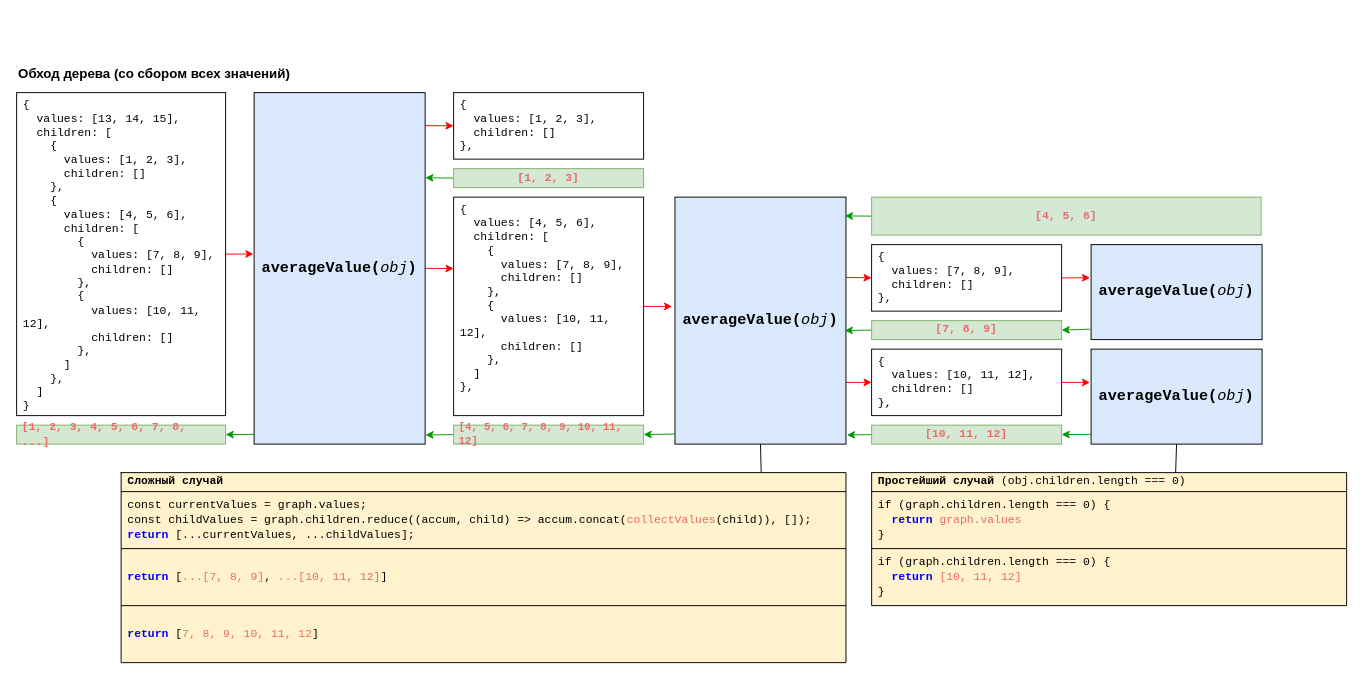
Earlier version of the draw.io diagram recursion/7tree-average/graph.drawio (hisbvdis/js). Source tidied: cells renumbered, new cells numbered last; positions are measured from the earlier drawing's top-left corner, leaving out a move shared by most shapes. Both pictures are drawn from the tidied source at 95%, with x=0, y=0 at pixel (16, 64).
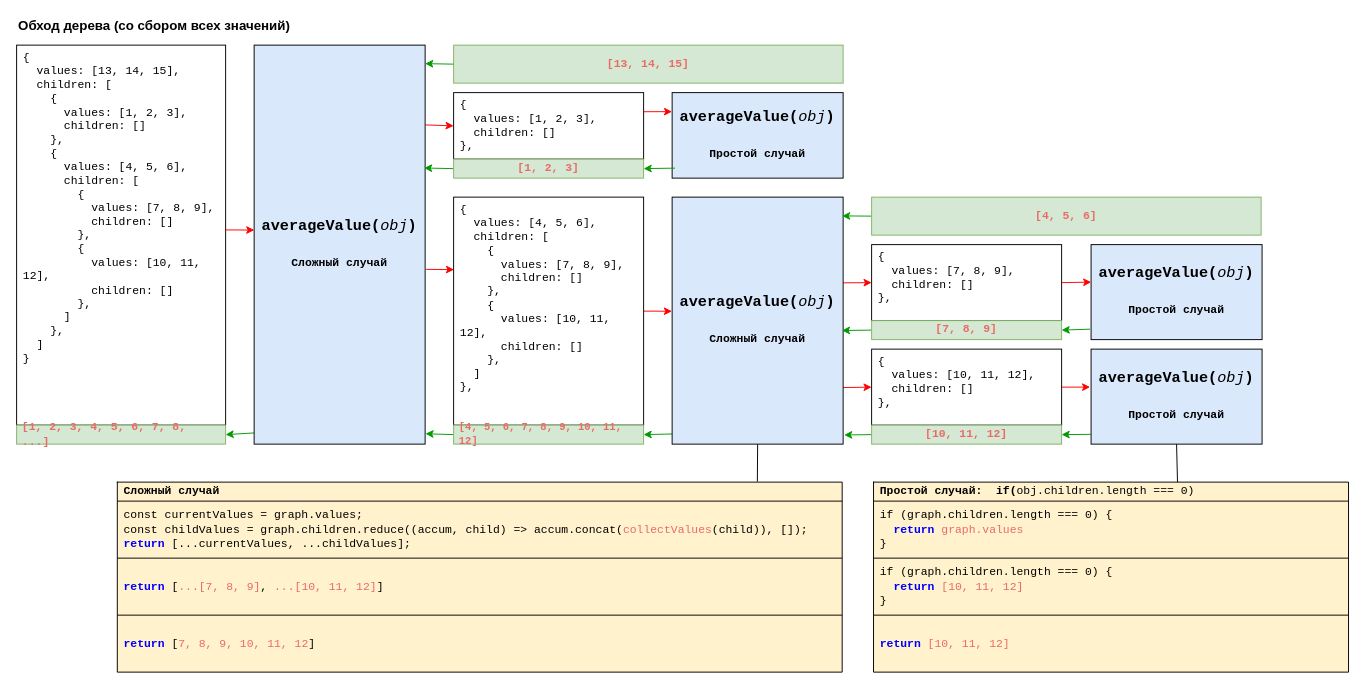
The same diagram, later.

Unchanged cells that the change refers to:
```xml
<mxCell id="5" value="&lt;div&gt;{&lt;/div&gt;&lt;div&gt;&amp;nbsp; values: [1, 2, 3],&lt;/div&gt;&lt;div&gt;&amp;nbsp; children: []&lt;/div&gt;&lt;div&gt;},&lt;/div&gt;" style="rounded=0;whiteSpace=wrap;html=1;shadow=0;fontFamily=Consolas;align=left;spacingLeft=5;spacingRight=5;verticalAlign=top;" parent="1" vertex="1">
  <mxGeometry x="460" y="30" width="200" height="70" as="geometry" />
</mxCell>
<mxCell id="36" style="shape=tableRow;horizontal=0;startSize=0;swimlaneHead=0;swimlaneBody=0;top=0;left=0;bottom=0;right=0;fillColor=none;points=[[0,0.5],[1,0.5]];portConstraint=eastwest;fontColor=#EA6B66;" parent="35" vertex="1">
  <mxGeometry width="500" height="20" as="geometry" />
</mxCell>
```

The edit, as a diff of the source:
```diff
@@
     <mxCell id="2" value="Обход дерева (со сбором всех значений)" style="text;html=1;align=left;verticalAlign=middle;strokeColor=none;fillColor=none;fontStyle=1;fontSize=14;" parent="1" vertex="1">
-      <mxGeometry width="300" height="20" as="geometry" />
+      <mxGeometry y="-50" width="300" height="20" as="geometry" />
     </mxCell>
-    <mxCell id="3" style="edgeStyle=none;rounded=0;jettySize=auto;html=1;exitX=1;exitY=0.5;exitDx=0;exitDy=0;entryX=-0.004;entryY=0.459;entryDx=0;entryDy=0;entryPerimeter=0;fontFamily=Consolas;fontColor=#000000;strokeColor=#FF0000;" parent="1" edge="1" source="4" target="9">
-      <mxGeometry relative="1" as="geometry" />
-    </mxCell>
     <mxCell id="4" value="&lt;div&gt;{&lt;/div&gt;&lt;div&gt;&amp;nbsp; values: [13, 14, 15],&lt;/div&gt;&lt;div&gt;&amp;nbsp; children: [&lt;/div&gt;&lt;div&gt;&amp;nbsp; &amp;nbsp; {&lt;/div&gt;&lt;div&gt;&amp;nbsp; &amp;nbsp; &amp;nbsp; values: [1, 2, 3],&lt;/div&gt;&lt;div&gt;&amp;nbsp; &amp;nbsp; &amp;nbsp; children: []&lt;/div&gt;&lt;div&gt;&amp;nbsp; &amp;nbsp; },&lt;/div&gt;&lt;div&gt;&amp;nbsp; &amp;nbsp; {&lt;/div&gt;&lt;div&gt;&amp;nbsp; &amp;nbsp; &amp;nbsp; values: [4, 5, 6],&lt;/div&gt;&lt;div&gt;&amp;nbsp; &amp;nbsp; &amp;nbsp; children: [&lt;/div&gt;&lt;div&gt;&amp;nbsp; &amp;nbsp; &amp;nbsp; &amp;nbsp; {&lt;/div&gt;&lt;div&gt;&amp;nbsp; &amp;nbsp; &amp;nbsp; &amp;nbsp; &amp;nbsp; values: [7, 8, 9],&lt;/div&gt;&lt;div&gt;&amp;nbsp; &amp;nbsp; &amp;nbsp; &amp;nbsp; &amp;nbsp; children: []&lt;/div&gt;&lt;div&gt;&amp;nbsp; &amp;nbsp; &amp;nbsp; &amp;nbsp; },&lt;/div&gt;&lt;div&gt;&amp;nbsp; &amp;nbsp; &amp;nbsp; &amp;nbsp; {&lt;/div&gt;&lt;div&gt;&amp;nbsp; &amp;nbsp; &amp;nbsp; &amp;nbsp; &amp;nbsp; values: [10, 11, 12],&lt;/div&gt;&lt;div&gt;&amp;nbsp; &amp;nbsp; &amp;nbsp; &amp;nbsp; &amp;nbsp; children: []&lt;/div&gt;&lt;div&gt;&amp;nbsp; &amp;nbsp; &amp;nbsp; &amp;nbsp; },&lt;/div&gt;&lt;div&gt;&amp;nbsp; &amp;nbsp; &amp;nbsp; ]&lt;/div&gt;&lt;div&gt;&amp;nbsp; &amp;nbsp; },&lt;/div&gt;&lt;div&gt;&amp;nbsp; ]&lt;/div&gt;&lt;div&gt;}&lt;/div&gt;" style="rounded=0;whiteSpace=wrap;html=1;shadow=0;fontFamily=Consolas;strokeColor=default;gradientColor=none;spacingLeft=5;spacingRight=5;align=left;verticalAlign=top;" parent="1" vertex="1">
-      <mxGeometry y="30" width="220" height="340" as="geometry" />
+      <mxGeometry y="-20" width="220" height="400" as="geometry" />
     </mxCell>
@@
-    <mxCell id="6" style="edgeStyle=none;rounded=0;jettySize=auto;html=1;exitX=1;exitY=0.5;exitDx=0;exitDy=0;entryX=0;entryY=0.327;entryDx=0;entryDy=0;entryPerimeter=0;fontFamily=Consolas;fontColor=#000000;strokeColor=#FF0000;" parent="1" edge="1" source="9" target="19">
+    <mxCell id="6" style="edgeStyle=none;rounded=0;jettySize=auto;html=1;exitX=1.006;exitY=0.562;exitDx=0;exitDy=0;entryX=0.002;entryY=0.318;entryDx=0;entryDy=0;entryPerimeter=0;fontFamily=Consolas;fontColor=#000000;strokeColor=#FF0000;exitPerimeter=0;" parent="1" edge="1" source="9" target="19">
       <mxGeometry relative="1" as="geometry" />
     </mxCell>
-    <mxCell id="7" style="edgeStyle=none;rounded=0;jettySize=auto;html=1;exitX=0.999;exitY=0.094;exitDx=0;exitDy=0;entryX=0;entryY=0.5;entryDx=0;entryDy=0;fontFamily=Consolas;fontColor=#000000;strokeColor=#FF0000;exitPerimeter=0;" parent="1" edge="1" source="9" target="5">
+    <mxCell id="7" style="edgeStyle=none;rounded=0;jettySize=auto;html=1;exitX=1.002;exitY=0.2;exitDx=0;exitDy=0;entryX=0;entryY=0.5;entryDx=0;entryDy=0;fontFamily=Consolas;fontColor=#000000;strokeColor=#FF0000;exitPerimeter=0;" parent="1" edge="1" source="9" target="5">
       <mxGeometry relative="1" as="geometry" />
     </mxCell>
@@
-    <mxCell id="9" value="averageValue(&lt;i style=&quot;font-weight: 400&quot;&gt;obj&lt;/i&gt;)" style="rounded=0;fillColor=#dae8fc;strokeColor=default;shadow=0;gradientColor=none;whiteSpace=wrap;html=1;fontFamily=Consolas;fontSize=16;fontStyle=1;glass=0;" parent="1" vertex="1">
-      <mxGeometry x="250" y="30" width="180" height="370" as="geometry" />
+    <mxCell id="9" value="averageValue(&lt;i style=&quot;font-weight: 400&quot;&gt;obj&lt;/i&gt;)&lt;br&gt;&lt;br&gt;&lt;b style=&quot;font-size: 12px&quot;&gt;Сложный случай&lt;/b&gt;" style="rounded=0;fillColor=#dae8fc;strokeColor=default;shadow=0;gradientColor=none;whiteSpace=wrap;html=1;fontFamily=Consolas;fontSize=16;fontStyle=1;glass=0;" parent="1" vertex="1">
+      <mxGeometry x="250" y="-20" width="180" height="420" as="geometry" />
     </mxCell>
-    <mxCell id="10" style="edgeStyle=none;rounded=0;jettySize=auto;html=1;exitX=0;exitY=0.5;exitDx=0;exitDy=0;entryX=1.001;entryY=0.242;entryDx=0;entryDy=0;entryPerimeter=0;fontFamily=Consolas;fontColor=#EA6B66;endArrow=classic;endFill=1;strokeColor=#009900;" parent="1" edge="1" source="11" target="9">
+    <mxCell id="10" style="edgeStyle=none;rounded=0;jettySize=auto;html=1;exitX=0;exitY=0.5;exitDx=0;exitDy=0;entryX=0.994;entryY=0.308;entryDx=0;entryDy=0;entryPerimeter=0;fontFamily=Consolas;fontColor=#EA6B66;endArrow=classic;endFill=1;strokeColor=#009900;" parent="1" edge="1" source="11" target="9">
       <mxGeometry relative="1" as="geometry" />
     </mxCell>
     <mxCell id="11" value="&lt;span style=&quot;color: rgb(234 , 107 , 102) ; font-family: &amp;#34;consolas&amp;#34; ; text-align: left&quot;&gt;[1, 2, 3]&lt;/span&gt;" style="rounded=0;whiteSpace=wrap;html=1;shadow=0;fontFamily=Consolas;strokeColor=#82b366;align=center;spacingLeft=5;spacingRight=5;verticalAlign=middle;fillColor=#d5e8d4;fontStyle=1;" parent="1" vertex="1">
-      <mxGeometry x="460" y="110" width="200" height="20" as="geometry" />
+      <mxGeometry x="460" y="100" width="200" height="20" as="geometry" />
     </mxCell>
@@
-    <mxCell id="13" style="edgeStyle=none;rounded=0;jettySize=auto;html=1;exitX=0.997;exitY=0.325;exitDx=0;exitDy=0;entryX=0;entryY=0.5;entryDx=0;entryDy=0;fontFamily=Consolas;fontColor=#000000;exitPerimeter=0;strokeColor=#FF0000;" parent="1" edge="1" source="17" target="25">
+    <mxCell id="13" style="edgeStyle=none;rounded=0;jettySize=auto;html=1;exitX=0.998;exitY=0.347;exitDx=0;exitDy=0;entryX=0;entryY=0.5;entryDx=0;entryDy=0;fontFamily=Consolas;fontColor=#000000;exitPerimeter=0;strokeColor=#FF0000;" parent="1" edge="1" source="17" target="25">
       <mxGeometry relative="1" as="geometry" />
     </mxCell>
-    <mxCell id="14" style="edgeStyle=none;rounded=0;jettySize=auto;html=1;exitX=1;exitY=0.75;exitDx=0;exitDy=0;entryX=0;entryY=0.5;entryDx=0;entryDy=0;fontFamily=Consolas;fontColor=#000000;strokeColor=#FF0000;" parent="1" edge="1" source="17" target="32">
+    <mxCell id="14" style="edgeStyle=none;rounded=0;jettySize=auto;html=1;exitX=0.997;exitY=0.771;exitDx=0;exitDy=0;entryX=0;entryY=0.5;entryDx=0;entryDy=0;fontFamily=Consolas;fontColor=#000000;strokeColor=#FF0000;exitPerimeter=0;" parent="1" edge="1" source="17" target="32">
       <mxGeometry relative="1" as="geometry" />
     </mxCell>
@@
-    <mxCell id="17" value="&lt;span style=&quot;font-weight: 700&quot;&gt;averageValue(&lt;/span&gt;&lt;i&gt;obj&lt;/i&gt;&lt;span style=&quot;font-weight: 700&quot;&gt;)&lt;/span&gt;" style="rounded=0;fillColor=#dae8fc;strokeColor=default;shadow=0;gradientColor=none;whiteSpace=wrap;html=1;fontFamily=Consolas;fontSize=16;" parent="1" vertex="1">
-      <mxGeometry x="693" y="140" width="180" height="260" as="geometry" />
+    <mxCell id="17" value="&lt;span style=&quot;font-weight: 700&quot;&gt;averageValue(&lt;/span&gt;&lt;i&gt;obj&lt;/i&gt;&lt;span style=&quot;font-weight: 700&quot;&gt;)&lt;br&gt;&lt;br&gt;&lt;/span&gt;&lt;b style=&quot;font-size: 12px&quot;&gt;Сложный случай&lt;/b&gt;&lt;span style=&quot;font-weight: 700&quot;&gt;&lt;br&gt;&lt;/span&gt;" style="rounded=0;fillColor=#dae8fc;strokeColor=default;shadow=0;gradientColor=none;whiteSpace=wrap;html=1;fontFamily=Consolas;fontSize=16;" parent="1" vertex="1">
+      <mxGeometry x="690" y="140" width="180" height="260" as="geometry" />
     </mxCell>
-    <mxCell id="18" style="edgeStyle=none;rounded=0;jettySize=auto;html=1;exitX=1;exitY=0.5;exitDx=0;exitDy=0;fontFamily=Consolas;fontColor=#000000;strokeColor=#FF0000;" parent="1" edge="1" source="19">
-      <mxGeometry relative="1" as="geometry">
-        <mxPoint x="690" y="255.1" as="targetPoint" />
-      </mxGeometry>
+    <mxCell id="18" style="edgeStyle=none;rounded=0;jettySize=auto;html=1;exitX=1;exitY=0.5;exitDx=0;exitDy=0;fontFamily=Consolas;fontColor=#000000;strokeColor=#FF0000;entryX=-0.001;entryY=0.462;entryDx=0;entryDy=0;entryPerimeter=0;" parent="1" edge="1" source="19" target="17">
+      <mxGeometry relative="1" as="geometry" />
     </mxCell>
     <mxCell id="19" value="&lt;div&gt;{&lt;/div&gt;&lt;div&gt;&amp;nbsp; values: [4, 5, 6],&lt;/div&gt;&lt;div&gt;&amp;nbsp; children: [&lt;/div&gt;&lt;div&gt;&amp;nbsp; &amp;nbsp; {&lt;/div&gt;&lt;div&gt;&amp;nbsp; &amp;nbsp; &amp;nbsp; values: [7, 8, 9],&lt;/div&gt;&lt;div&gt;&amp;nbsp; &amp;nbsp; &amp;nbsp; children: []&lt;/div&gt;&lt;div&gt;&amp;nbsp; &amp;nbsp; },&lt;/div&gt;&lt;div&gt;&amp;nbsp; &amp;nbsp; {&lt;/div&gt;&lt;div&gt;&amp;nbsp; &amp;nbsp; &amp;nbsp; values: [10, 11, 12],&lt;/div&gt;&lt;div&gt;&amp;nbsp; &amp;nbsp; &amp;nbsp; children: []&lt;/div&gt;&lt;div&gt;&amp;nbsp; &amp;nbsp; },&lt;/div&gt;&lt;div&gt;&amp;nbsp; ]&lt;/div&gt;&lt;div&gt;},&lt;/div&gt;" style="rounded=0;whiteSpace=wrap;html=1;shadow=0;fontFamily=Consolas;align=left;spacingLeft=5;spacingRight=5;verticalAlign=top;" parent="1" vertex="1">
-      <mxGeometry x="460" y="140" width="200" height="230" as="geometry" />
+      <mxGeometry x="460" y="140" width="200" height="240" as="geometry" />
     </mxCell>
@@
-    <mxCell id="23" value="&lt;span style=&quot;font-weight: 700&quot;&gt;averageValue(&lt;/span&gt;&lt;i&gt;obj&lt;/i&gt;&lt;span style=&quot;font-weight: 700&quot;&gt;)&lt;/span&gt;" style="fillColor=#dae8fc;strokeColor=default;shadow=0;gradientColor=none;whiteSpace=wrap;html=1;fontFamily=Consolas;fontSize=16;" parent="1" vertex="1">
+    <mxCell id="23" value="&lt;span style=&quot;font-weight: 700&quot;&gt;averageValue(&lt;/span&gt;&lt;i&gt;obj&lt;/i&gt;&lt;b&gt;)&lt;/b&gt;&lt;br&gt;&lt;font style=&quot;font-size: 12px&quot;&gt;&lt;br&gt;&lt;b&gt;Простой случай&lt;/b&gt;&lt;/font&gt;" style="fillColor=#dae8fc;strokeColor=default;shadow=0;gradientColor=none;whiteSpace=wrap;html=1;fontFamily=Consolas;fontSize=16;" parent="1" vertex="1">
       <mxGeometry x="1131" y="190" width="180" height="100" as="geometry" />
     </mxCell>
-    <mxCell id="24" style="edgeStyle=none;rounded=0;jettySize=auto;html=1;exitX=1;exitY=0.5;exitDx=0;exitDy=0;entryX=-0.006;entryY=0.349;entryDx=0;entryDy=0;entryPerimeter=0;fontFamily=Consolas;fontColor=#000000;strokeColor=#FF0000;" parent="1" edge="1" source="25" target="23">
+    <mxCell id="24" style="edgeStyle=none;rounded=0;jettySize=auto;html=1;exitX=1;exitY=0.5;exitDx=0;exitDy=0;entryX=0.001;entryY=0.395;entryDx=0;entryDy=0;entryPerimeter=0;fontFamily=Consolas;fontColor=#000000;strokeColor=#FF0000;" parent="1" edge="1" source="25" target="23">
       <mxGeometry relative="1" as="geometry" />
     </mxCell>
     <mxCell id="25" value="&lt;div&gt;{&lt;/div&gt;&lt;div&gt;&amp;nbsp; values: [7, 8, 9],&lt;/div&gt;&lt;div&gt;&amp;nbsp; children: []&lt;/div&gt;&lt;div&gt;},&lt;/div&gt;" style="rounded=0;whiteSpace=wrap;html=1;shadow=0;fontFamily=Consolas;align=left;spacingLeft=5;spacingRight=5;verticalAlign=top;" parent="1" vertex="1">
-      <mxGeometry x="900" y="190" width="200" height="70" as="geometry" />
+      <mxGeometry x="900" y="190" width="200" height="80" as="geometry" />
     </mxCell>
@@
-    <mxCell id="30" value="&lt;span style=&quot;font-weight: 700&quot;&gt;averageValue(&lt;/span&gt;&lt;i&gt;obj&lt;/i&gt;&lt;span style=&quot;font-weight: 700&quot;&gt;)&lt;/span&gt;" style="rounded=0;fillColor=#dae8fc;strokeColor=default;shadow=0;gradientColor=none;whiteSpace=wrap;html=1;fontFamily=Consolas;fontSize=16;" parent="1" vertex="1">
+    <mxCell id="30" value="&lt;span style=&quot;font-weight: 700&quot;&gt;averageValue(&lt;/span&gt;&lt;i&gt;obj&lt;/i&gt;&lt;b&gt;)&lt;/b&gt;&lt;br&gt;&lt;font style=&quot;font-size: 12px&quot;&gt;&lt;br&gt;&lt;b&gt;Простой случай&lt;/b&gt;&lt;/font&gt;" style="rounded=0;fillColor=#dae8fc;strokeColor=default;shadow=0;gradientColor=none;whiteSpace=wrap;html=1;fontFamily=Consolas;fontSize=16;" parent="1" vertex="1">
       <mxGeometry x="1131" y="300" width="180" height="100" as="geometry" />
     </mxCell>
-    <mxCell id="31" style="edgeStyle=none;rounded=0;jettySize=auto;html=1;exitX=1;exitY=0.5;exitDx=0;exitDy=0;entryX=-0.006;entryY=0.351;entryDx=0;entryDy=0;entryPerimeter=0;fontFamily=Consolas;fontColor=#000000;strokeColor=#FF0000;" parent="1" edge="1" source="32" target="30">
-      <mxGeometry relative="1" as="geometry" />
+    <mxCell id="31" style="edgeStyle=none;rounded=0;jettySize=auto;html=1;exitX=1;exitY=0.5;exitDx=0;exitDy=0;fontFamily=Consolas;fontColor=#000000;strokeColor=#FF0000;" parent="1" edge="1" source="32">
+      <mxGeometry relative="1" as="geometry">
+        <mxPoint x="1130" y="340" as="targetPoint" />
+      </mxGeometry>
     </mxCell>
     <mxCell id="32" value="&lt;div&gt;{&lt;/div&gt;&lt;div&gt;&amp;nbsp; values: [10, 11, 12],&lt;/div&gt;&lt;div&gt;&amp;nbsp; children: []&lt;/div&gt;&lt;div&gt;},&lt;/div&gt;" style="rounded=0;whiteSpace=wrap;html=1;shadow=0;fontFamily=Consolas;align=left;spacingLeft=5;spacingRight=5;verticalAlign=top;" parent="1" vertex="1">
-      <mxGeometry x="900" y="300" width="200" height="70" as="geometry" />
+      <mxGeometry x="900" y="300" width="200" height="80" as="geometry" />
     </mxCell>
@@
     <mxCell id="35" style="shape=table;startSize=0;childLayout=tableLayout;fontColor=#EA6B66;fillColor=#FFF2CC;align=left;spacingLeft=5;spacingRight=5;" parent="1" vertex="1">
-      <mxGeometry x="900" y="430" width="500" height="140" as="geometry" />
+      <mxGeometry x="902" y="440" width="500" height="200" as="geometry" />
     </mxCell>
@@
-    <mxCell id="37" value="&lt;font color=&quot;#000000&quot;&gt;&lt;b&gt;Простейший случай &lt;/b&gt;(obj.children.length === 0)&lt;/font&gt;" style="shape=partialRectangle;html=1;overflow=hidden;fillColor=none;top=0;left=0;bottom=0;right=0;fontColor=#EA6B66;whiteSpace=wrap;align=left;spacingLeft=5;spacingRight=5;fontFamily=Consolas;" parent="36" vertex="1">
+    <mxCell id="37" value="&lt;font color=&quot;#000000&quot;&gt;&lt;b&gt;Простой случай:&amp;nbsp; if(&lt;/b&gt;obj.children.length === 0)&lt;/font&gt;" style="shape=partialRectangle;html=1;overflow=hidden;fillColor=none;top=0;left=0;bottom=0;right=0;fontColor=#EA6B66;whiteSpace=wrap;align=left;spacingLeft=5;spacingRight=5;fontFamily=Consolas;" parent="36" vertex="1">
       <mxGeometry width="500" height="20" as="geometry" />
     </mxCell>
@@
+    <mxCell id="53" style="shape=tableRow;horizontal=0;startSize=0;swimlaneHead=0;swimlaneBody=0;top=0;left=0;bottom=0;right=0;fillColor=none;fontColor=#EA6B66;align=left;" parent="35" vertex="1">
+      <mxGeometry y="140" width="500" height="60" as="geometry" />
+    </mxCell>
+    <mxCell id="54" value="&lt;b style=&quot;color: rgb(0 , 0 , 0) ; font-family: &amp;#34;consolas&amp;#34;&quot;&gt;&lt;font color=&quot;#0000ff&quot;&gt;return&lt;/font&gt;&lt;/b&gt;&lt;font face=&quot;consolas&quot;&gt;&amp;nbsp;&lt;/font&gt;&lt;font face=&quot;consolas&quot;&gt;[10, 11, 12]&lt;/font&gt;" style="shape=partialRectangle;html=1;whiteSpace=wrap;overflow=hidden;fillColor=none;top=0;left=0;bottom=0;right=0;fontColor=#EA6B66;align=left;spacingBottom=0;spacingLeft=5;spacingRight=5;" parent="53" vertex="1">
+      <mxGeometry width="500" height="60" as="geometry" />
+    </mxCell>
     <mxCell id="42" style="shape=table;startSize=0;childLayout=tableLayout;fontColor=#EA6B66;fillColor=#FFF2CC;align=left;spacingLeft=5;spacingRight=5;" parent="1" vertex="1">
-      <mxGeometry x="110" y="430" width="763" height="200" as="geometry" />
+      <mxGeometry x="106" y="440" width="763" height="200" as="geometry" />
     </mxCell>
@@
+    <mxCell id="55" value="&lt;div style=&quot;text-align: left&quot;&gt;&lt;font color=&quot;#ea6b66&quot; face=&quot;consolas&quot;&gt;[13, 14, 15]&lt;/font&gt;&lt;/div&gt;" style="rounded=0;whiteSpace=wrap;html=1;shadow=0;fontFamily=Consolas;strokeColor=#82b366;align=center;spacingLeft=5;spacingRight=5;verticalAlign=middle;fillColor=#d5e8d4;fontStyle=1;" parent="1" vertex="1">
+      <mxGeometry x="460" y="-20" width="410" height="40" as="geometry" />
+    </mxCell>
+    <mxCell id="56" style="edgeStyle=none;rounded=0;orthogonalLoop=1;jettySize=auto;html=1;exitX=0.999;exitY=0.094;exitDx=0;exitDy=0;entryX=0;entryY=0.5;entryDx=0;entryDy=0;fontFamily=Consolas;fontColor=#000000;strokeColor=#FF0000;exitPerimeter=0;" parent="1" edge="1">
+      <mxGeometry relative="1" as="geometry">
+        <mxPoint x="220" y="174.5" as="sourcePoint" />
+        <mxPoint x="250.2" y="174.7" as="targetPoint" />
+      </mxGeometry>
+    </mxCell>
+    <mxCell id="57" style="edgeStyle=none;rounded=0;orthogonalLoop=1;jettySize=auto;html=1;exitX=0;exitY=0.5;exitDx=0;exitDy=0;entryX=1.001;entryY=0.242;entryDx=0;entryDy=0;entryPerimeter=0;fontFamily=Consolas;fontColor=#EA6B66;endArrow=classic;endFill=1;strokeColor=#009900;" parent="1" edge="1">
+      <mxGeometry relative="1" as="geometry">
+        <mxPoint x="459.8" as="sourcePoint" />
+        <mxPoint x="430" y="-0.5" as="targetPoint" />
+      </mxGeometry>
+    </mxCell>
+    <mxCell id="58" value="&lt;span style=&quot;font-weight: 700&quot;&gt;averageValue(&lt;/span&gt;&lt;i&gt;obj&lt;/i&gt;&lt;b&gt;)&lt;/b&gt;&lt;br&gt;&lt;font style=&quot;font-size: 12px&quot;&gt;&lt;br&gt;&lt;b&gt;Простой случай&lt;/b&gt;&lt;/font&gt;" style="fillColor=#dae8fc;strokeColor=default;shadow=0;gradientColor=none;whiteSpace=wrap;html=1;fontFamily=Consolas;fontSize=16;" parent="1" vertex="1">
+      <mxGeometry x="690" y="30" width="180" height="90" as="geometry" />
+    </mxCell>
+    <mxCell id="59" style="edgeStyle=none;rounded=0;orthogonalLoop=1;jettySize=auto;html=1;exitX=1;exitY=0.5;exitDx=0;exitDy=0;entryX=-0.006;entryY=0.349;entryDx=0;entryDy=0;entryPerimeter=0;fontFamily=Consolas;fontColor=#000000;strokeColor=#FF0000;" parent="1" edge="1">
+      <mxGeometry relative="1" as="geometry">
+        <mxPoint x="660" y="50.1" as="sourcePoint" />
+        <mxPoint x="689.9" y="50" as="targetPoint" />
+      </mxGeometry>
+    </mxCell>
+    <mxCell id="60" style="edgeStyle=none;rounded=0;jettySize=auto;html=1;exitX=-0.006;exitY=0.89;exitDx=0;exitDy=0;entryX=1;entryY=0.5;entryDx=0;entryDy=0;fontFamily=Consolas;fontColor=#EA6B66;endArrow=classic;endFill=1;strokeColor=#009900;exitPerimeter=0;" parent="1" edge="1" target="11">
+      <mxGeometry relative="1" as="geometry">
+        <mxPoint x="693" y="109.5" as="sourcePoint" />
+      </mxGeometry>
+    </mxCell>
```
